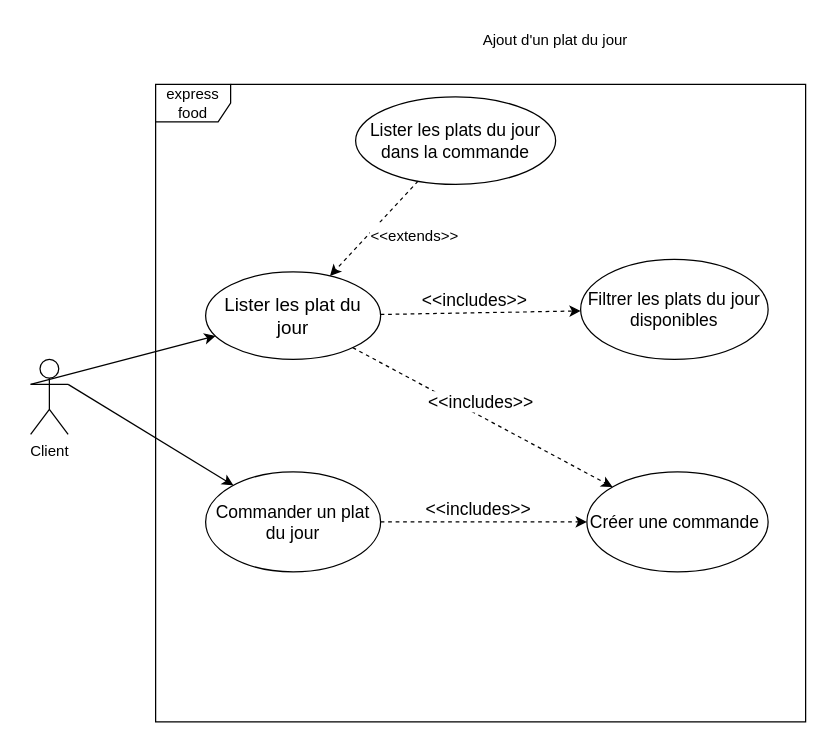
sebastien-deren/projet_4 keeps this draw.io diagram as page "ajouter plat du jour" (3 of 4) of main_use_case.drawio. Above is the earlier version. Source tidied: cells renumbered, new cells numbered last; positions are measured from the earlier drawing's top-left corner, leaving out a move shared by most shapes. Both pictures are drawn from the tidied source at 125%, with x=0, y=0 at pixel (30, 21).
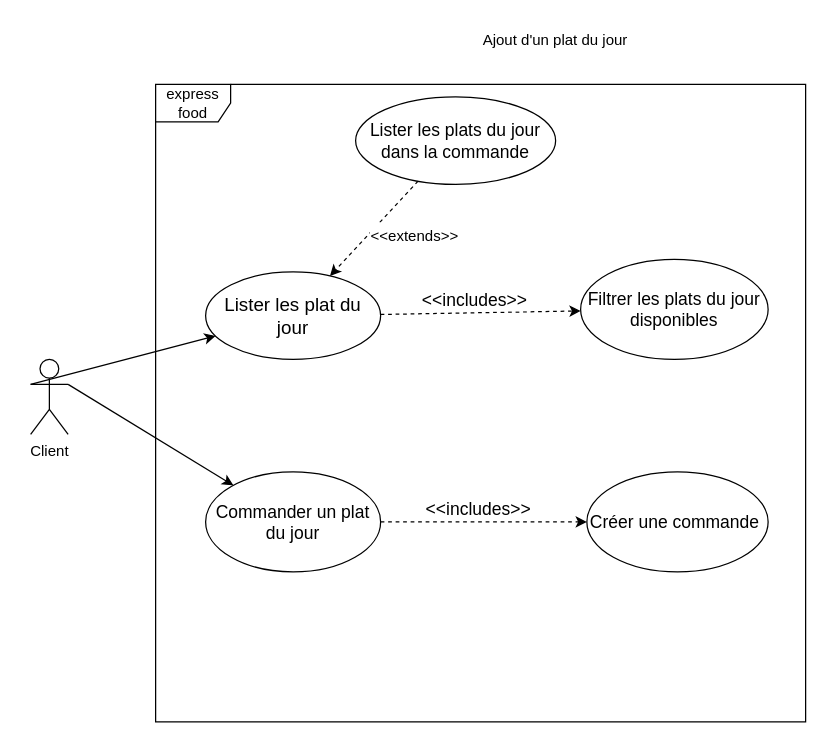
The same diagram, later.

Commit message:
Mettre à jour main_use_case.drawio

Change to the diagram source:
```diff
@@
 <mxGraphModel>
   <root>
     <mxCell id="0" />
     <mxCell id="1" parent="0" />
     <mxCell id="2" value="express food" style="shape=umlFrame;whiteSpace=wrap;html=1;" parent="1" vertex="1">
       <mxGeometry x="100" y="50" width="520" height="510" as="geometry" />
     </mxCell>
     <mxCell id="3" value="Lister les plats du jour dans la commande" style="ellipse;whiteSpace=wrap;html=1;fontSize=14;" parent="1" vertex="1">
       <mxGeometry x="260" y="60" width="160" height="70" as="geometry" />
     </mxCell>
     <mxCell id="4" value="Client" style="shape=umlActor;verticalLabelPosition=bottom;verticalAlign=top;html=1;" parent="1" vertex="1">
       <mxGeometry y="270" width="30" height="60" as="geometry" />
     </mxCell>
     <mxCell id="5" value="Lister les plat du jour" style="ellipse;whiteSpace=wrap;html=1;fontSize=15;" parent="1" vertex="1">
       <mxGeometry x="140" y="200" width="140" height="70" as="geometry" />
     </mxCell>
     <mxCell id="6" style="endArrow=none;endFill=0;endSize=12;html=1;rounded=0;entryX=0;entryY=0.3333333333333333;entryDx=0;entryDy=0;entryPerimeter=0;startArrow=classic;startFill=1;" parent="1" edge="1" source="5" target="4">
       <mxGeometry relative="1" as="geometry" />
     </mxCell>
     <mxCell id="7" style="endArrow=classic;html=1;rounded=0;fontSize=16;dashed=1;endFill=1;" parent="1" edge="1" source="3" target="5">
       <mxGeometry relative="1" as="geometry" />
     </mxCell>
     <mxCell id="8" value="&lt;font style=&quot;font-size: 12px;&quot;&gt;&amp;lt;&amp;lt;extends&amp;gt;&amp;gt;&lt;/font&gt;" style="edgeLabel;html=1;align=center;verticalAlign=middle;fontSize=16;" parent="7" vertex="1">
       <mxGeometry x="0.31" y="1" relative="1" as="geometry">
         <mxPoint x="42" y="-8" as="offset" />
       </mxGeometry>
     </mxCell>
     <mxCell id="9" value="Commander un plat du jour" style="ellipse;whiteSpace=wrap;html=1;fontSize=14;" parent="1" vertex="1">
       <mxGeometry x="140" y="360" width="140" height="80" as="geometry" />
     </mxCell>
     <mxCell id="10" style="endArrow=classic;html=1;rounded=0;fontSize=14;exitX=1;exitY=0.3333333333333333;exitDx=0;exitDy=0;exitPerimeter=0;" parent="1" edge="1" source="4" target="9">
       <mxGeometry relative="1" as="geometry" />
     </mxCell>
     <mxCell id="11" value="Filtrer les plats du jour disponibles" style="ellipse;whiteSpace=wrap;html=1;fontSize=14;" parent="1" vertex="1">
       <mxGeometry x="440" y="190" width="150" height="80" as="geometry" />
     </mxCell>
     <mxCell id="12" value="&amp;lt;&amp;lt;includes&amp;gt;&amp;gt;" style="endArrow=classic;html=1;rounded=0;dashed=1;fontSize=14;" parent="1" edge="1" source="5" target="11">
       <mxGeometry x="-0.06" y="10" relative="1" as="geometry" />
     </mxCell>
     <mxCell id="13" value="Créer une commande&amp;nbsp;" style="ellipse;whiteSpace=wrap;html=1;fontSize=14;" parent="1" vertex="1">
       <mxGeometry x="445" y="360" width="145" height="80" as="geometry" />
     </mxCell>
-    <mxCell id="14" value="&amp;lt;&amp;lt;includes&amp;gt;&amp;gt;" style="endArrow=classic;html=1;rounded=0;dashed=1;fontSize=14;" parent="1" edge="1" source="5" target="13">
-      <mxGeometry x="-0.06" y="10" relative="1" as="geometry" />
-    </mxCell>
     <mxCell id="15" value="&amp;lt;&amp;lt;includes&amp;gt;&amp;gt;" style="endArrow=classic;html=1;rounded=0;dashed=1;fontSize=14;" parent="1" edge="1" source="9" target="13">
       <mxGeometry x="-0.06" y="10" relative="1" as="geometry" />
     </mxCell>
     <mxCell id="16" value="Ajout d'un plat du jour" style="text;html=1;strokeColor=none;fillColor=none;align=center;verticalAlign=middle;whiteSpace=wrap;rounded=0;" parent="1" vertex="1">
       <mxGeometry x="220" width="400" height="30" as="geometry" />
     </mxCell>
   </root>
 </mxGraphModel>
```
